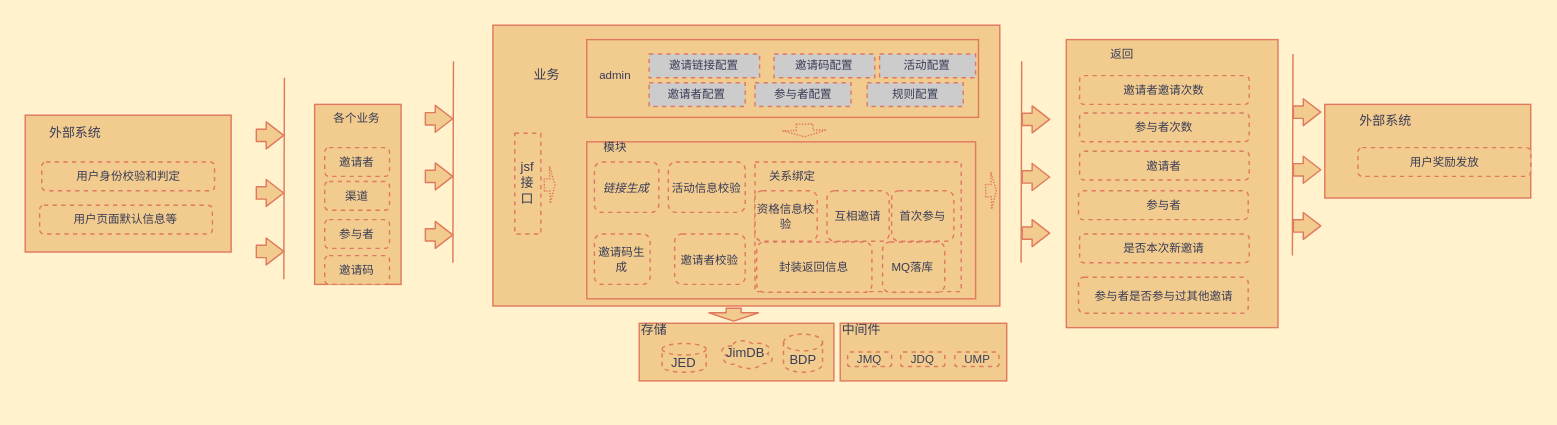
Before: page "Page-3" (3 of 6) of src/main/邀请组件架构图.drawio in a326932164/structs, a draw.io diagram. Source tidied: cells renumbered, new cells numbered last; positions are measured from the earlier drawing's top-left corner, leaving out a move shared by most shapes. Both pictures are drawn from the tidied source at 144%, with x=0, y=0 at pixel (24, 24).
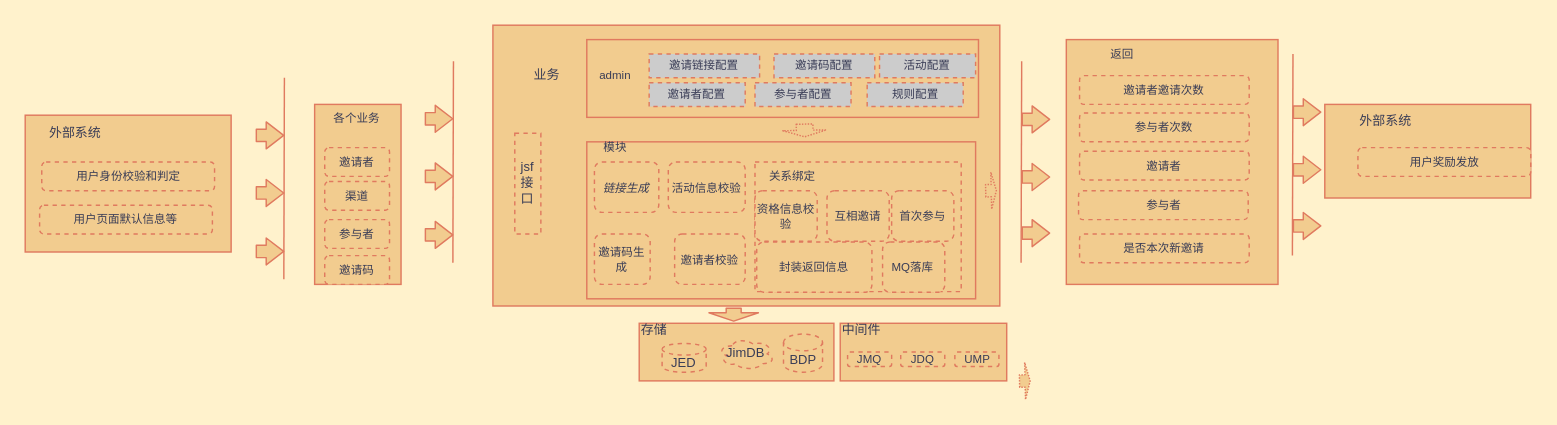
Above is the later version.

Commit message:
邀请配置图.drawio

Change to the diagram source:
```diff
@@
     <mxCell id="10" style="rounded=0;whiteSpace=wrap;html=1;sketch=0;strokeColor=#E07A5F;fillColor=#F2CC8F;fontColor=#393C56;fontSize=8;" parent="1" vertex="1">
-      <mxGeometry x="723" y="10" width="147" height="200" as="geometry" />
+      <mxGeometry x="723" y="10" width="147" height="170" as="geometry" />
     </mxCell>
@@
     <mxCell id="33" style="shape=flexArrow;endArrow=classic;html=1;strokeColor=#E07A5F;fillColor=#F2CC8F;fontColor=#393C56;endWidth=16.17142857142857;endSize=0.8480000000000001;width=8.571428571428571;fontSize=9;dashed=1;dashPattern=1 1;labelBackgroundColor=#F4F1DE;" parent="1" edge="1">
       <mxGeometry relative="1" as="geometry">
-        <mxPoint x="360" y="111" as="sourcePoint" />
-        <mxPoint x="368.4" y="110.8" as="targetPoint" />
+        <mxPoint x="690" y="247.2" as="sourcePoint" />
+        <mxPoint x="698.4" y="247" as="targetPoint" />
       </mxGeometry>
     </mxCell>
@@
-    <mxCell id="69" value="参与者是否参与过其他邀请" style="rounded=1;whiteSpace=wrap;html=1;dashed=1;sketch=0;strokeColor=#E07A5F;fillColor=#F2CC8F;fontColor=#393C56;fontSize=8;" parent="1" vertex="1">
-      <mxGeometry x="731.5" y="175" width="117.8" height="25" as="geometry" />
-    </mxCell>
```
